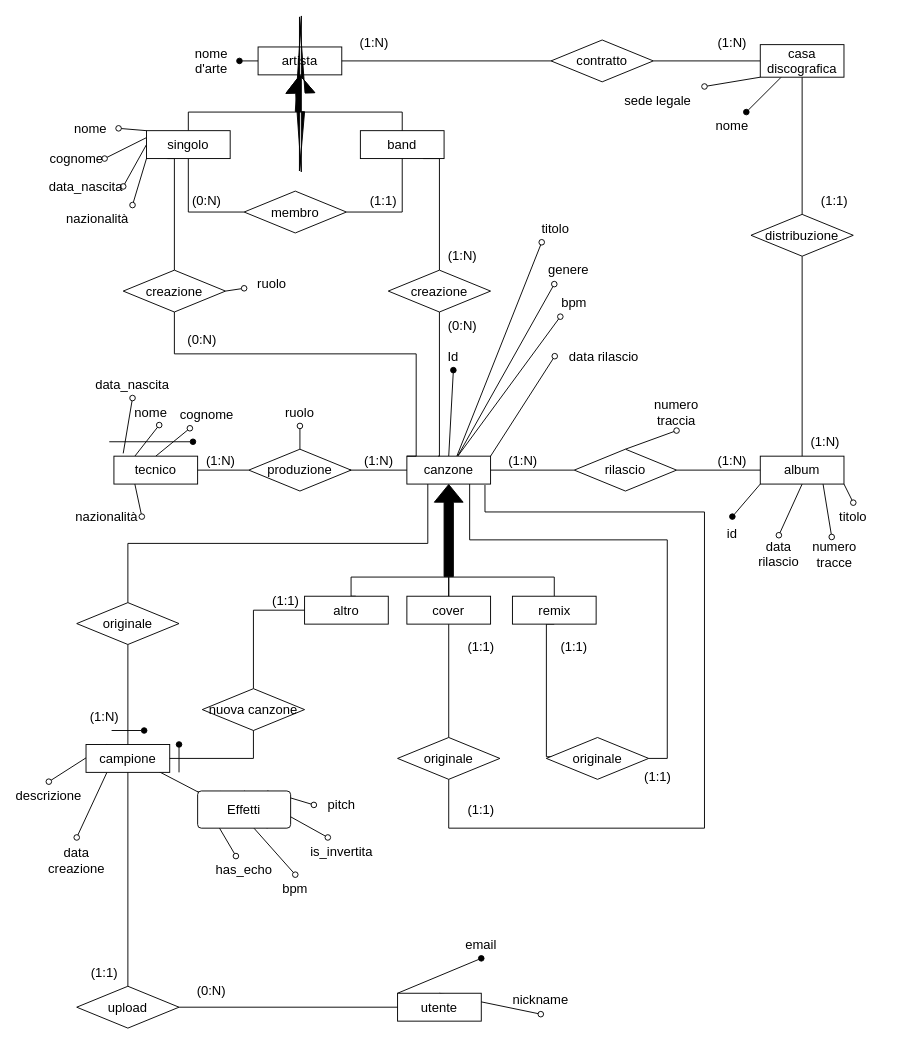
The draw.io diagram diagramma er v2.drawio in Stef4noo/materiale-progetto-basi, before the edit. Source tidied: cells renumbered, new cells numbered last; positions are measured from the earlier drawing's top-left corner, leaving out a move shared by most shapes. Both pictures are drawn from the tidied source at 93%, with x=0, y=0 at pixel (20, 28).
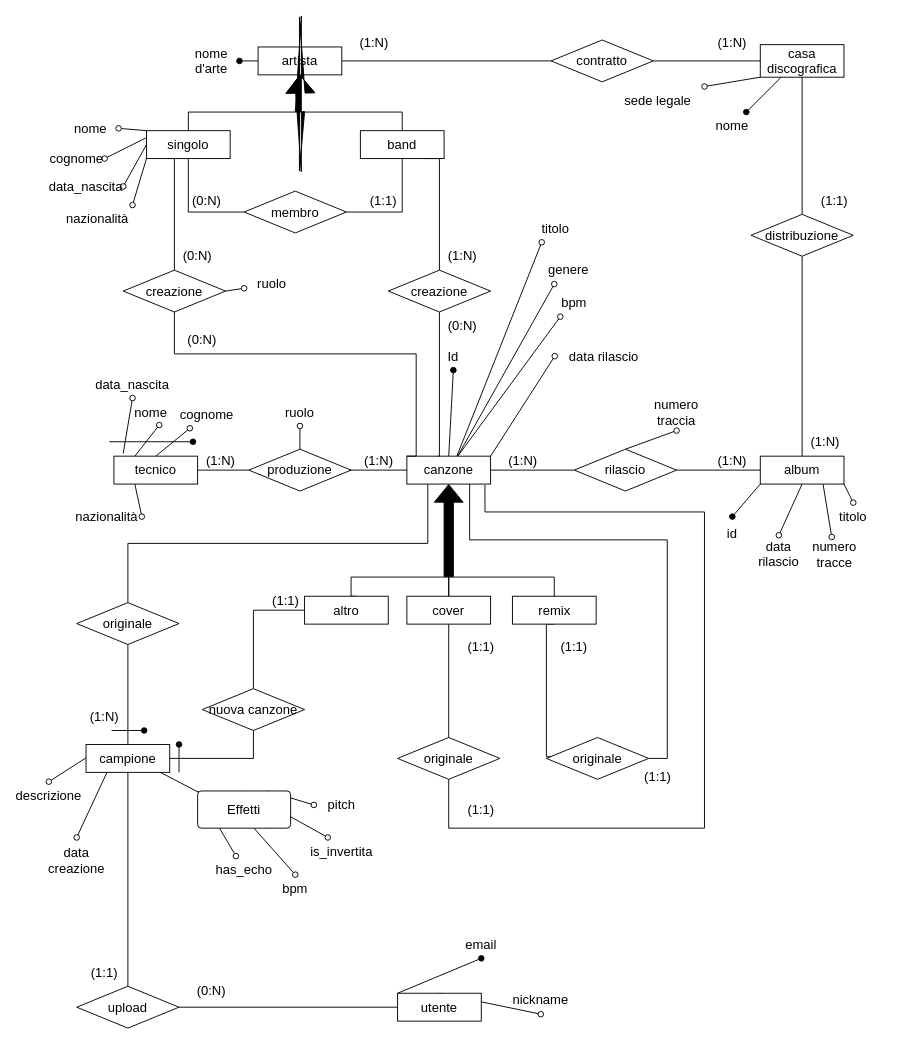
The same diagram, later.

Diff of the diagram source:
```diff
@@
+    <mxCell id="144" value="(0:N)" style="text;html=1;whiteSpace=wrap;strokeColor=none;fillColor=none;align=center;verticalAlign=middle;rounded=0;fontSize=14;" parent="1" vertex="1">
+      <mxGeometry x="160" y="230" width="60" height="30" as="geometry" />
+    </mxCell>
```
